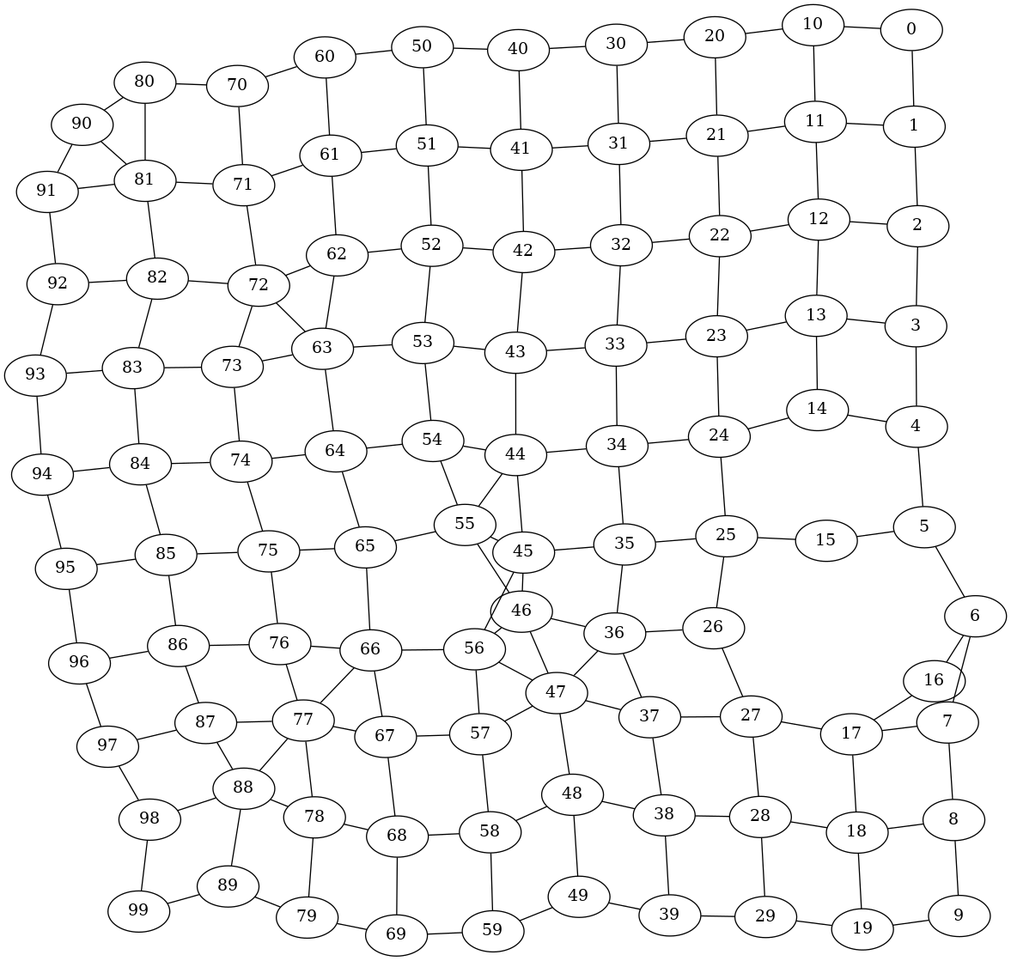
The Graphviz diagram fig/graph.png in lorenzorizzi17/urban_network, before a commit. Its source is kept beside it as fig/graph.dot.
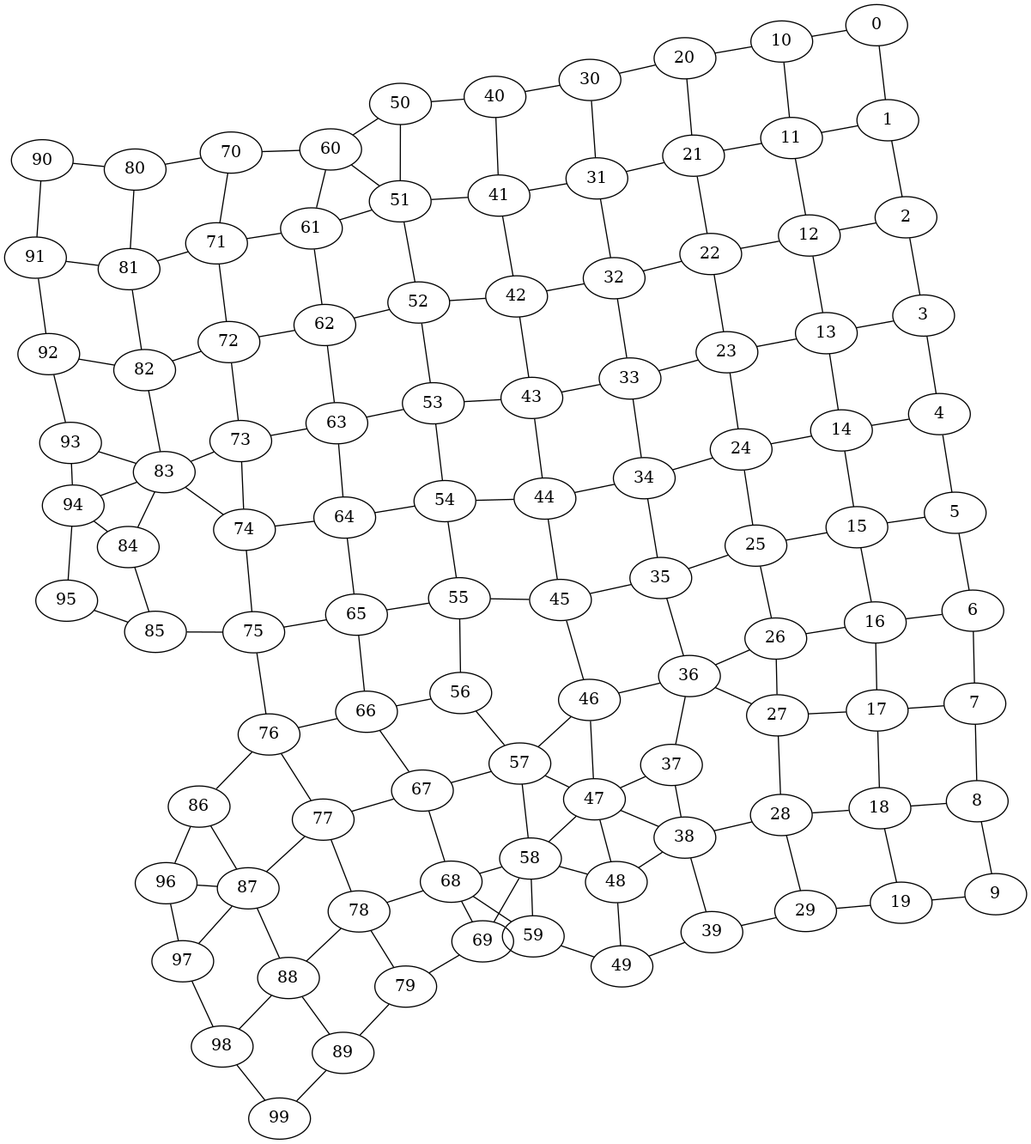
The same diagram one commit later.

What changed in the source:
```diff
@@ -127,7 +127,10 @@
 13--23 ;
 13--14 ;
 14--24 ;
+14--15 ;
 15--25 ;
+15--16 ;
+16--26 ;
 16--17 ;
 17--27 ;
 17--18 ;
@@ -148,7 +151,6 @@
 25--26 ;
 26--36 ;
 26--27 ;
-27--37 ;
 27--28 ;
 28--38 ;
 28--29 ;
@@ -184,7 +186,6 @@
 44--45 ;
 45--55 ;
 45--46 ;
-46--56 ;
 46--47 ;
 47--57 ;
 47--48 ;
@@ -202,6 +203,7 @@
 54--64 ;
 54--55 ;
 55--65 ;
+55--56 ;
 56--66 ;
 56--57 ;
 57--67 ;
@@ -236,7 +238,6 @@
 72--73 ;
 73--83 ;
 73--74 ;
-74--84 ;
 74--75 ;
 75--85 ;
 75--76 ;
@@ -258,7 +259,6 @@
 84--94 ;
 84--85 ;
 85--95 ;
-85--86 ;
 86--96 ;
 86--87 ;
 87--97 ;
@@ -271,17 +271,17 @@
 92--93 ;
 93--94 ;
 94--95 ;
-95--96 ;
 96--97 ;
 97--98 ;
 98--99 ;
-44--55 ;
-36--47 ;
-77--88 ;
-46--55 ;
-81--90 ;
-45--56 ;
-56--47 ;
-63--72 ;
-77--66 ;
+38--47 ;
+51--60 ;
+57--46 ;
+68--59 ;
+47--58 ;
+83--94 ;
+58--69 ;
+36--27 ;
+87--96 ;
+83--74 ;
 }
```
